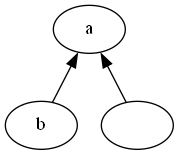
Above: src/printer/images/Symbol.gv.png in KianBankeLarsen/Compiler (Graphviz), before the change. Its source is kept beside it as src/printer/images/Symbol.gv.
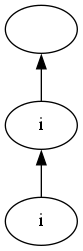
After the commit.

The edit, as a diff of the source:
```diff
@@ -1,8 +1,8 @@
 digraph Symbol {
 	graph [rankdir=BT]
-	0 [label=a]
-	1 [label=b]
+	0 [label=""]
+	1 [label=i]
 	1 -> 0
-	2 [label=""]
-	2 -> 0
+	2 [label=i]
+	2 -> 1
 }
```
